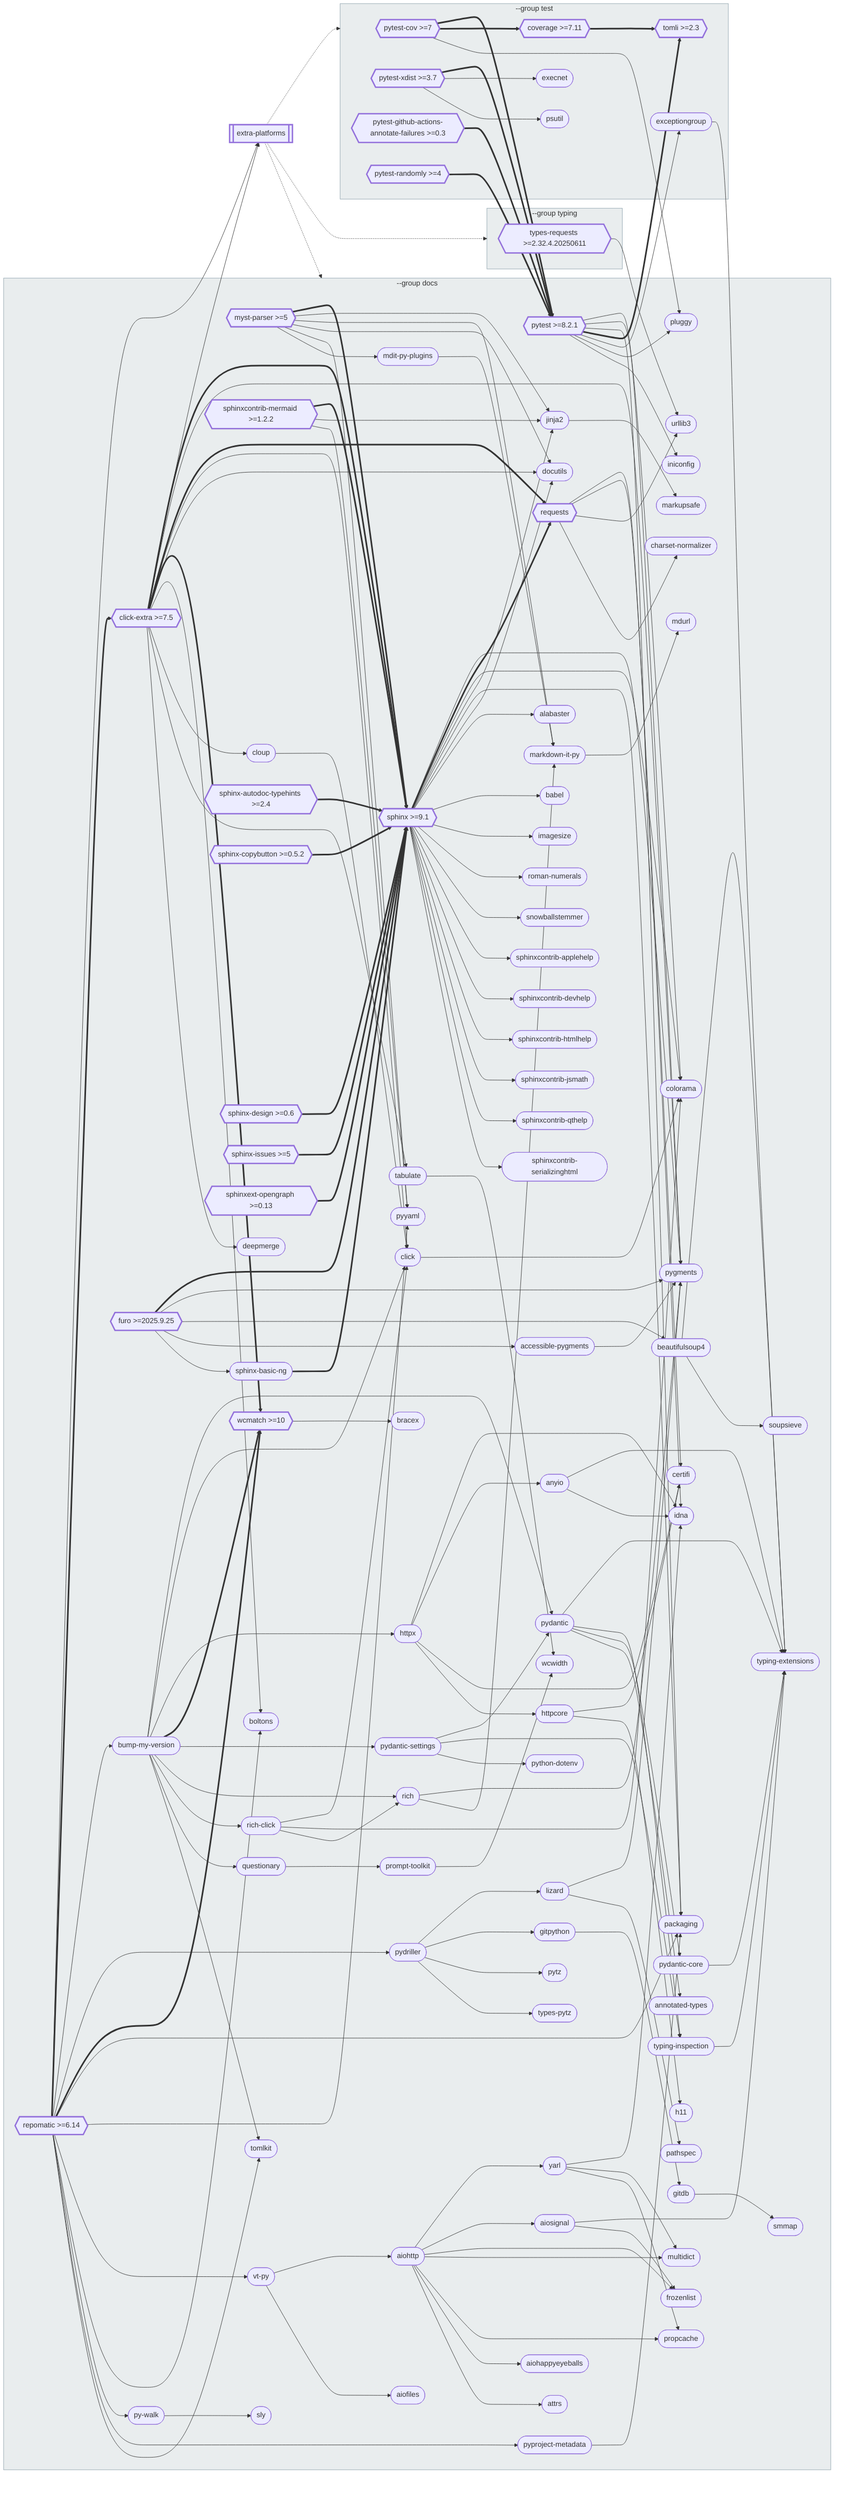
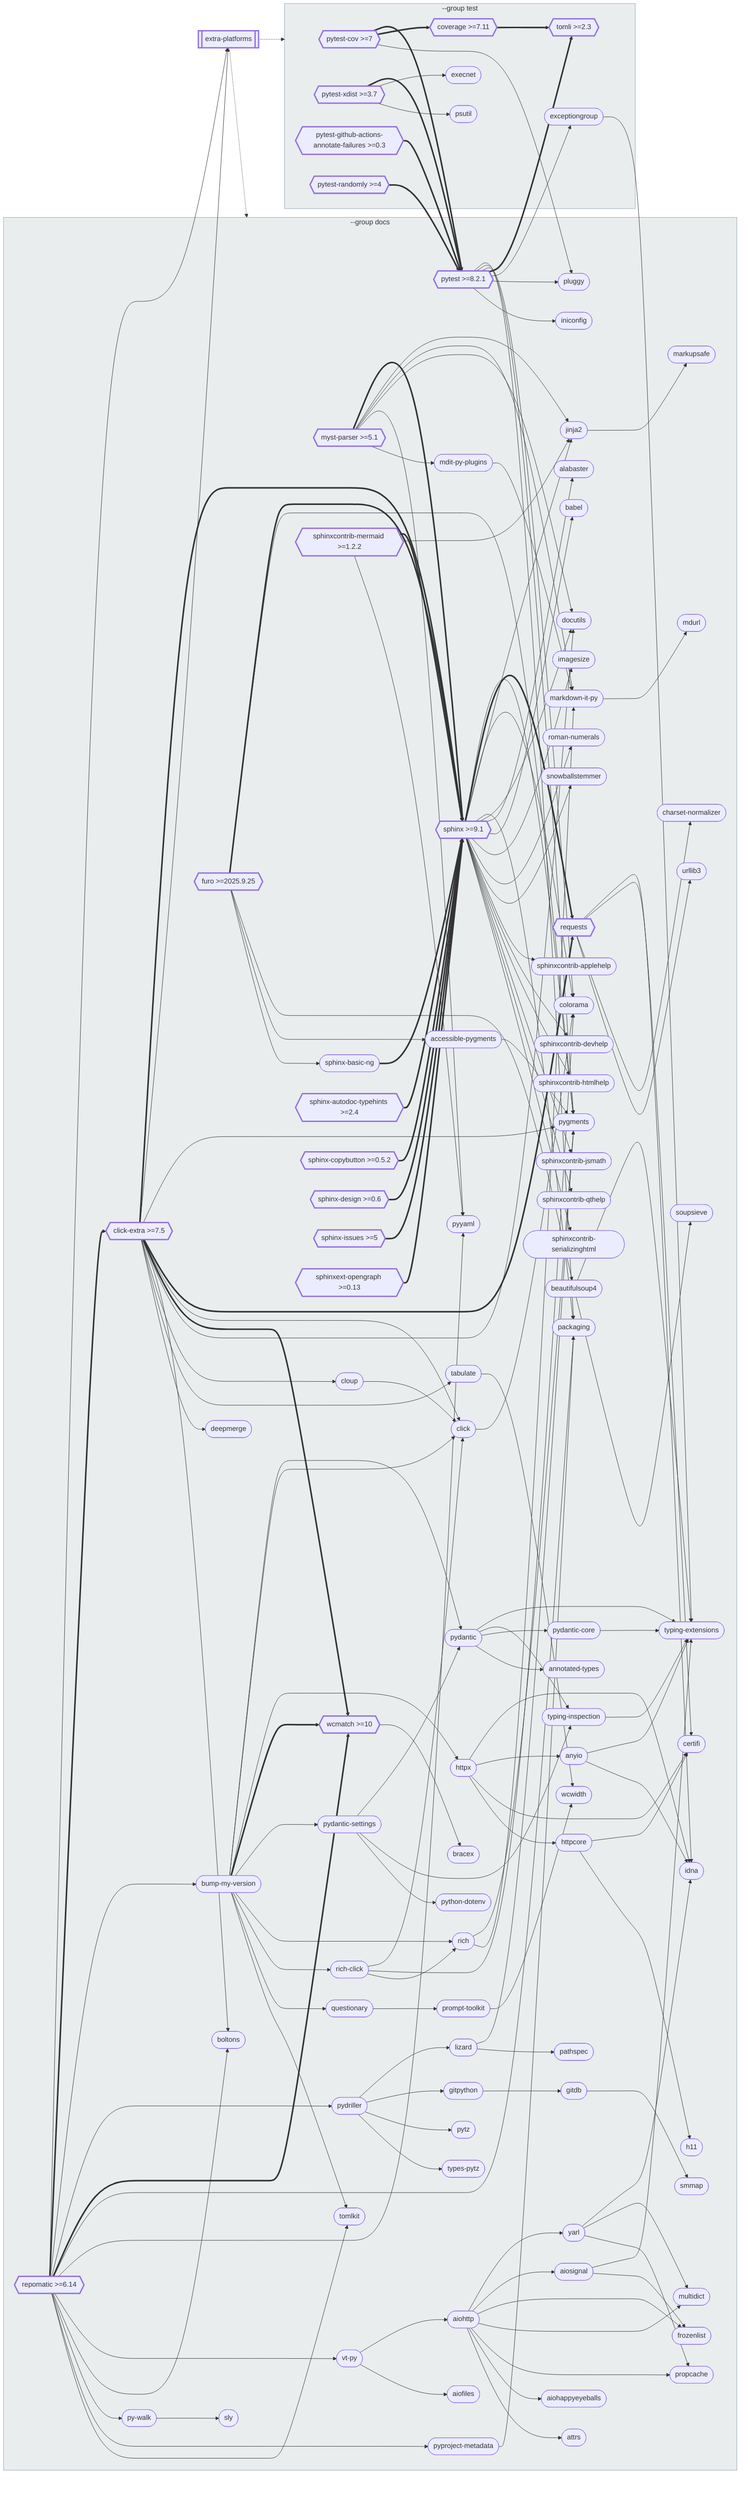
flowchart LR
    extra_platforms[["`extra-platforms`"]]

    subgraph grp_docs [--group docs]
        sphinx{{"`sphinx >=9.1`"}}
        click_extra{{"`click-extra >=7.5`"}}
        repomatic{{"`repomatic >=6.14`"}}
        pytest{{"`pytest >=8.2.1`"}}
        bump_my_version(["`bump-my-version`"])
        aiohttp(["`aiohttp`"])
-         myst_parser{{"`myst-parser >=5`"}}
+         myst_parser{{"`myst-parser >=5.1`"}}
        pygments(["`pygments`"])
        requests{{"`requests`"}}
        typing_extensions(["`typing-extensions`"])
        furo{{"`furo >=2025.9.25`"}}
        pydantic(["`pydantic`"])
        click_0(["`click`"])
        httpx(["`httpx`"])
        pydriller(["`pydriller`"])
        wcmatch{{"`wcmatch >=10`"}}
        colorama(["`colorama`"])
        idna(["`idna`"])
        jinja2(["`jinja2`"])
        markdown_it_py(["`markdown-it-py`"])
        packaging(["`packaging`"])
        pydantic_settings(["`pydantic-settings`"])
        rich(["`rich`"])
        rich_click(["`rich-click`"])
        sphinxcontrib_mermaid{{"`sphinxcontrib-mermaid >=1.2.2`"}}
        yarl(["`yarl`"])
        aiosignal(["`aiosignal`"])
        anyio(["`anyio`"])
        beautifulsoup4(["`beautifulsoup4`"])
        certifi(["`certifi`"])
        docutils(["`docutils`"])
        httpcore(["`httpcore`"])
        lizard(["`lizard`"])
        pyyaml(["`pyyaml`"])
        typing_inspection(["`typing-inspection`"])
        vt_py(["`vt-py`"])
        accessible_pygments(["`accessible-pygments`"])
        boltons(["`boltons`"])
        cloup(["`cloup`"])
        frozenlist(["`frozenlist`"])
        gitdb(["`gitdb`"])
        gitpython(["`gitpython`"])
        mdit_py_plugins(["`mdit-py-plugins`"])
        multidict(["`multidict`"])
        pluggy(["`pluggy`"])
        prompt_toolkit(["`prompt-toolkit`"])
        propcache(["`propcache`"])
        py_walk(["`py-walk`"])
        pydantic_core(["`pydantic-core`"])
        pyproject_metadata(["`pyproject-metadata`"])
        questionary(["`questionary`"])
        sphinx_autodoc_typehints{{"`sphinx-autodoc-typehints >=2.4`"}}
        sphinx_basic_ng(["`sphinx-basic-ng`"])
        sphinx_copybutton{{"`sphinx-copybutton >=0.5.2`"}}
        sphinx_design{{"`sphinx-design >=0.6`"}}
        sphinx_issues{{"`sphinx-issues >=5`"}}
        sphinxext_opengraph{{"`sphinxext-opengraph >=0.13`"}}
        tabulate(["`tabulate`"])
        tomlkit(["`tomlkit`"])
-         urllib3(["`urllib3`"])
        wcwidth(["`wcwidth`"])
        aiofiles(["`aiofiles`"])
        aiohappyeyeballs(["`aiohappyeyeballs`"])
        alabaster(["`alabaster`"])
        annotated_types(["`annotated-types`"])
        attrs(["`attrs`"])
        babel(["`babel`"])
        bracex(["`bracex`"])
        charset_normalizer(["`charset-normalizer`"])
        deepmerge(["`deepmerge`"])
        h11(["`h11`"])
        imagesize(["`imagesize`"])
        iniconfig(["`iniconfig`"])
        markupsafe(["`markupsafe`"])
        mdurl(["`mdurl`"])
        pathspec(["`pathspec`"])
        python_dotenv(["`python-dotenv`"])
        pytz(["`pytz`"])
        roman_numerals(["`roman-numerals`"])
        sly(["`sly`"])
        smmap(["`smmap`"])
        snowballstemmer(["`snowballstemmer`"])
        soupsieve(["`soupsieve`"])
        sphinxcontrib_applehelp(["`sphinxcontrib-applehelp`"])
        sphinxcontrib_devhelp(["`sphinxcontrib-devhelp`"])
        sphinxcontrib_htmlhelp(["`sphinxcontrib-htmlhelp`"])
        sphinxcontrib_jsmath(["`sphinxcontrib-jsmath`"])
        sphinxcontrib_qthelp(["`sphinxcontrib-qthelp`"])
        sphinxcontrib_serializinghtml(["`sphinxcontrib-serializinghtml`"])
        types_pytz(["`types-pytz`"])
+         urllib3(["`urllib3`"])
    end

    subgraph grp_test [--group test]
        pytest_cov{{"`pytest-cov >=7`"}}
        pytest_xdist{{"`pytest-xdist >=3.7`"}}
        coverage{{"`coverage >=7.11`"}}
        tomli{{"`tomli >=2.3`"}}
        exceptiongroup(["`exceptiongroup`"])
        pytest_github_actions_annotate_failures{{"`pytest-github-actions-annotate-failures >=0.3`"}}
        pytest_randomly{{"`pytest-randomly >=4`"}}
        execnet(["`execnet`"])
        psutil(["`psutil`"])
-     end
- 
-     subgraph grp_typing [--group typing]
-         types_requests{{"`types-requests >=2.32.4.20250611`"}}
    end

    sphinx --> pygments
    sphinx ==> requests
    sphinx --> colorama
    sphinx --> jinja2
    sphinx --> packaging
    sphinx --> docutils
    sphinx --> alabaster
    sphinx --> babel
    sphinx --> imagesize
    sphinx --> roman_numerals
    sphinx --> snowballstemmer
    sphinx --> sphinxcontrib_applehelp
    sphinx --> sphinxcontrib_devhelp
    sphinx --> sphinxcontrib_htmlhelp
    sphinx --> sphinxcontrib_jsmath
    sphinx --> sphinxcontrib_qthelp
    sphinx --> sphinxcontrib_serializinghtml
    click_extra ==> sphinx
    click_extra --> extra_platforms
    click_extra --> pygments
    click_extra ==> requests
    click_extra --> click_0
    click_extra ==> wcmatch
    click_extra --> docutils
    click_extra --> boltons
    click_extra --> cloup
    click_extra --> tabulate
    click_extra --> deepmerge
    repomatic --> extra_platforms
    repomatic ==> click_extra
    repomatic --> bump_my_version
    repomatic --> pydriller
    repomatic ==> wcmatch
    repomatic --> packaging
    repomatic --> pyyaml
    repomatic --> vt_py
    repomatic --> boltons
    repomatic --> py_walk
    repomatic --> pyproject_metadata
    repomatic --> tomlkit
    pytest --> pygments
    pytest --> colorama
    pytest --> packaging
    pytest ==> tomli
    pytest --> exceptiongroup
    pytest --> pluggy
    pytest --> iniconfig
    myst_parser ==> sphinx
    myst_parser --> jinja2
    myst_parser --> markdown_it_py
    myst_parser --> docutils
    myst_parser --> pyyaml
    myst_parser --> mdit_py_plugins
    requests --> idna
    requests --> certifi
+     requests --> charset_normalizer
    requests --> urllib3
-     requests --> charset_normalizer
    furo ==> sphinx
    furo --> pygments
    furo --> beautifulsoup4
    furo --> accessible_pygments
    furo --> sphinx_basic_ng
    wcmatch --> bracex
    pytest_cov ==> pytest
    pytest_cov ==> coverage
    pytest_cov --> pluggy
    pytest_xdist ==> pytest
    pytest_xdist --> execnet
    pytest_xdist --> psutil
    sphinxcontrib_mermaid ==> sphinx
    sphinxcontrib_mermaid --> jinja2
    sphinxcontrib_mermaid --> pyyaml
    coverage ==> tomli
    pytest_github_actions_annotate_failures ==> pytest
    pytest_randomly ==> pytest
    sphinx_autodoc_typehints ==> sphinx
    sphinx_copybutton ==> sphinx
    sphinx_design ==> sphinx
    sphinx_issues ==> sphinx
    sphinxext_opengraph ==> sphinx
-     types_requests --> urllib3
    bump_my_version --> pydantic
    bump_my_version --> click_0
    bump_my_version --> httpx
    bump_my_version ==> wcmatch
    bump_my_version --> pydantic_settings
    bump_my_version --> rich
    bump_my_version --> rich_click
    bump_my_version --> questionary
    bump_my_version --> tomlkit
    click_0 --> colorama
    pydriller --> lizard
    pydriller --> gitpython
    pydriller --> pytz
    pydriller --> types_pytz
    jinja2 --> markupsafe
    markdown_it_py --> mdurl
    beautifulsoup4 --> typing_extensions
    beautifulsoup4 --> soupsieve
    vt_py --> aiohttp
    vt_py --> aiofiles
    accessible_pygments --> pygments
    cloup --> click_0
    exceptiongroup --> typing_extensions
    mdit_py_plugins --> markdown_it_py
    py_walk --> sly
    pyproject_metadata --> packaging
    sphinx_basic_ng ==> sphinx
    tabulate --> wcwidth
    aiohttp --> yarl
    aiohttp --> aiosignal
    aiohttp --> frozenlist
    aiohttp --> multidict
    aiohttp --> propcache
    aiohttp --> aiohappyeyeballs
    aiohttp --> attrs
    pydantic --> typing_extensions
    pydantic --> typing_inspection
    pydantic --> pydantic_core
    pydantic --> annotated_types
    httpx --> idna
    httpx --> anyio
    httpx --> certifi
    httpx --> httpcore
    pydantic_settings --> pydantic
    pydantic_settings --> typing_inspection
    pydantic_settings --> python_dotenv
    rich --> pygments
    rich --> markdown_it_py
    rich_click --> click_0
    rich_click --> colorama
    rich_click --> rich
    lizard --> pygments
    lizard --> pathspec
    gitpython --> gitdb
    questionary --> prompt_toolkit
    yarl --> idna
    yarl --> multidict
    yarl --> propcache
    aiosignal --> typing_extensions
    aiosignal --> frozenlist
    anyio --> typing_extensions
    anyio --> idna
    httpcore --> certifi
    httpcore --> h11
    typing_inspection --> typing_extensions
    gitdb --> smmap
    prompt_toolkit --> wcwidth
    pydantic_core --> typing_extensions
    extra_platforms -.-> grp_docs
    extra_platforms -.-> grp_test
-     extra_platforms -.-> grp_typing

    click accessible_pygments "https://pypi.org/project/accessible-pygments/" _blank
    click aiofiles "https://pypi.org/project/aiofiles/" _blank
    click aiohappyeyeballs "https://pypi.org/project/aiohappyeyeballs/" _blank
    click aiohttp "https://pypi.org/project/aiohttp/" _blank
    click aiosignal "https://pypi.org/project/aiosignal/" _blank
    click alabaster "https://pypi.org/project/alabaster/" _blank
    click annotated_types "https://pypi.org/project/annotated-types/" _blank
    click anyio "https://pypi.org/project/anyio/" _blank
    click attrs "https://pypi.org/project/attrs/" _blank
    click babel "https://pypi.org/project/babel/" _blank
    click beautifulsoup4 "https://pypi.org/project/beautifulsoup4/" _blank
    click boltons "https://pypi.org/project/boltons/" _blank
    click bracex "https://pypi.org/project/bracex/" _blank
    click bump_my_version "https://pypi.org/project/bump-my-version/" _blank
    click certifi "https://pypi.org/project/certifi/" _blank
    click charset_normalizer "https://pypi.org/project/charset-normalizer/" _blank
    click click_0 "https://pypi.org/project/click/" _blank
    click click_extra "https://pypi.org/project/click-extra/" _blank
    click cloup "https://pypi.org/project/cloup/" _blank
    click colorama "https://pypi.org/project/colorama/" _blank
    click coverage "https://pypi.org/project/coverage/" _blank
    click deepmerge "https://pypi.org/project/deepmerge/" _blank
    click docutils "https://pypi.org/project/docutils/" _blank
    click exceptiongroup "https://pypi.org/project/exceptiongroup/" _blank
    click execnet "https://pypi.org/project/execnet/" _blank
    click extra_platforms "https://pypi.org/project/extra-platforms/" _blank
    click frozenlist "https://pypi.org/project/frozenlist/" _blank
    click furo "https://pypi.org/project/furo/" _blank
    click gitdb "https://pypi.org/project/gitdb/" _blank
    click gitpython "https://pypi.org/project/gitpython/" _blank
    click h11 "https://pypi.org/project/h11/" _blank
    click httpcore "https://pypi.org/project/httpcore/" _blank
    click httpx "https://pypi.org/project/httpx/" _blank
    click idna "https://pypi.org/project/idna/" _blank
    click imagesize "https://pypi.org/project/imagesize/" _blank
    click iniconfig "https://pypi.org/project/iniconfig/" _blank
    click jinja2 "https://pypi.org/project/jinja2/" _blank
    click lizard "https://pypi.org/project/lizard/" _blank
    click markdown_it_py "https://pypi.org/project/markdown-it-py/" _blank
    click markupsafe "https://pypi.org/project/markupsafe/" _blank
    click mdit_py_plugins "https://pypi.org/project/mdit-py-plugins/" _blank
    click mdurl "https://pypi.org/project/mdurl/" _blank
    click multidict "https://pypi.org/project/multidict/" _blank
    click myst_parser "https://pypi.org/project/myst-parser/" _blank
    click packaging "https://pypi.org/project/packaging/" _blank
    click pathspec "https://pypi.org/project/pathspec/" _blank
    click pluggy "https://pypi.org/project/pluggy/" _blank
    click prompt_toolkit "https://pypi.org/project/prompt-toolkit/" _blank
    click propcache "https://pypi.org/project/propcache/" _blank
    click psutil "https://pypi.org/project/psutil/" _blank
    click py_walk "https://pypi.org/project/py-walk/" _blank
    click pydantic "https://pypi.org/project/pydantic/" _blank
    click pydantic_core "https://pypi.org/project/pydantic-core/" _blank
    click pydantic_settings "https://pypi.org/project/pydantic-settings/" _blank
    click pydriller "https://pypi.org/project/pydriller/" _blank
    click pygments "https://pypi.org/project/pygments/" _blank
    click pyproject_metadata "https://pypi.org/project/pyproject-metadata/" _blank
    click pytest "https://pypi.org/project/pytest/" _blank
    click pytest_cov "https://pypi.org/project/pytest-cov/" _blank
    click pytest_github_actions_annotate_failures "https://pypi.org/project/pytest-github-actions-annotate-failures/" _blank
    click pytest_randomly "https://pypi.org/project/pytest-randomly/" _blank
    click pytest_xdist "https://pypi.org/project/pytest-xdist/" _blank
    click python_dotenv "https://pypi.org/project/python-dotenv/" _blank
    click pytz "https://pypi.org/project/pytz/" _blank
    click pyyaml "https://pypi.org/project/pyyaml/" _blank
    click questionary "https://pypi.org/project/questionary/" _blank
    click repomatic "https://pypi.org/project/repomatic/" _blank
    click requests "https://pypi.org/project/requests/" _blank
    click rich "https://pypi.org/project/rich/" _blank
    click rich_click "https://pypi.org/project/rich-click/" _blank
    click roman_numerals "https://pypi.org/project/roman-numerals/" _blank
    click sly "https://pypi.org/project/sly/" _blank
    click smmap "https://pypi.org/project/smmap/" _blank
    click snowballstemmer "https://pypi.org/project/snowballstemmer/" _blank
    click soupsieve "https://pypi.org/project/soupsieve/" _blank
    click sphinx "https://pypi.org/project/sphinx/" _blank
    click sphinx_autodoc_typehints "https://pypi.org/project/sphinx-autodoc-typehints/" _blank
    click sphinx_basic_ng "https://pypi.org/project/sphinx-basic-ng/" _blank
    click sphinx_copybutton "https://pypi.org/project/sphinx-copybutton/" _blank
    click sphinx_design "https://pypi.org/project/sphinx-design/" _blank
    click sphinx_issues "https://pypi.org/project/sphinx-issues/" _blank
    click sphinxcontrib_applehelp "https://pypi.org/project/sphinxcontrib-applehelp/" _blank
    click sphinxcontrib_devhelp "https://pypi.org/project/sphinxcontrib-devhelp/" _blank
    click sphinxcontrib_htmlhelp "https://pypi.org/project/sphinxcontrib-htmlhelp/" _blank
    click sphinxcontrib_jsmath "https://pypi.org/project/sphinxcontrib-jsmath/" _blank
    click sphinxcontrib_mermaid "https://pypi.org/project/sphinxcontrib-mermaid/" _blank
    click sphinxcontrib_qthelp "https://pypi.org/project/sphinxcontrib-qthelp/" _blank
    click sphinxcontrib_serializinghtml "https://pypi.org/project/sphinxcontrib-serializinghtml/" _blank
    click sphinxext_opengraph "https://pypi.org/project/sphinxext-opengraph/" _blank
    click tabulate "https://pypi.org/project/tabulate/" _blank
    click tomli "https://pypi.org/project/tomli/" _blank
    click tomlkit "https://pypi.org/project/tomlkit/" _blank
    click types_pytz "https://pypi.org/project/types-pytz/" _blank
-     click types_requests "https://pypi.org/project/types-requests/" _blank
    click typing_extensions "https://pypi.org/project/typing-extensions/" _blank
    click typing_inspection "https://pypi.org/project/typing-inspection/" _blank
    click urllib3 "https://pypi.org/project/urllib3/" _blank
    click vt_py "https://pypi.org/project/vt-py/" _blank
    click wcmatch "https://pypi.org/project/wcmatch/" _blank
    click wcwidth "https://pypi.org/project/wcwidth/" _blank
    click yarl "https://pypi.org/project/yarl/" _blank

    style extra_platforms stroke-width:3px
    style click_extra stroke-width:3px
    style coverage stroke-width:3px
    style furo stroke-width:3px
    style myst_parser stroke-width:3px
    style pytest stroke-width:3px
    style pytest_cov stroke-width:3px
    style pytest_github_actions_annotate_failures stroke-width:3px
    style pytest_randomly stroke-width:3px
    style pytest_xdist stroke-width:3px
    style repomatic stroke-width:3px
    style requests stroke-width:3px
    style sphinx stroke-width:3px
    style sphinx_autodoc_typehints stroke-width:3px
    style sphinx_copybutton stroke-width:3px
    style sphinx_design stroke-width:3px
    style sphinx_issues stroke-width:3px
    style sphinxcontrib_mermaid stroke-width:3px
    style sphinxext_opengraph stroke-width:3px
    style tomli stroke-width:3px
-     style types_requests stroke-width:3px
    style wcmatch stroke-width:3px

    style grp_docs fill:#546E7A20,stroke:#90A4AE
    style grp_test fill:#546E7A20,stroke:#90A4AE
-     style grp_typing fill:#546E7A20,stroke:#90A4AE
